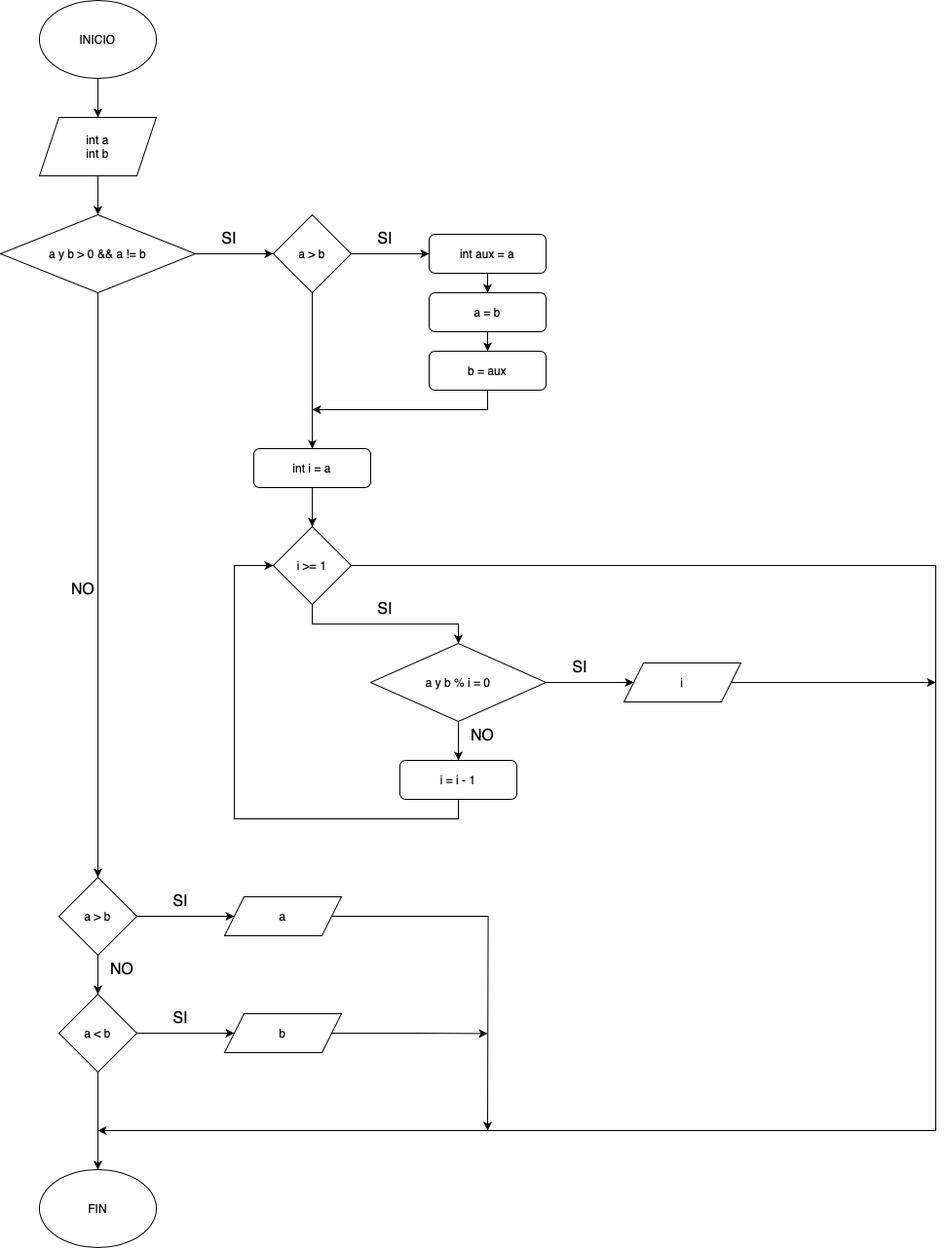
Above: P2:Exercise10.drawio.png in 14no/T2-DiagramasDeFluj (draw.io), before the change. Source tidied: cells renumbered, new cells last; positions are measured from the earlier drawing's top-left corner, leaving out a move shared by most shapes. Its diagram source:
```xml
<mxGraphModel>
  <root>
    <mxCell id="0" />
    <mxCell id="1" parent="0" />
    <mxCell id="2" style="edgeStyle=orthogonalEdgeStyle;rounded=0;jettySize=auto;html=1;" parent="1" edge="1" source="3" target="5">
      <mxGeometry relative="1" as="geometry" />
    </mxCell>
    <mxCell id="3" value="INICIO" style="ellipse;whiteSpace=wrap;html=1;" parent="1" vertex="1">
      <mxGeometry x="40" width="120" height="80" as="geometry" />
    </mxCell>
    <mxCell id="4" style="edgeStyle=orthogonalEdgeStyle;rounded=0;jettySize=auto;html=1;" parent="1" edge="1" source="5" target="8">
      <mxGeometry relative="1" as="geometry" />
    </mxCell>
    <mxCell id="5" value="int a&lt;div&gt;int b&lt;/div&gt;" style="shape=parallelogram;perimeter=parallelogramPerimeter;whiteSpace=wrap;html=1;fixedSize=1;" parent="1" vertex="1">
      <mxGeometry x="40" y="120" width="120" height="60" as="geometry" />
    </mxCell>
    <mxCell id="6" style="edgeStyle=orthogonalEdgeStyle;rounded=0;jettySize=auto;html=1;" parent="1" edge="1" source="8" target="11">
      <mxGeometry relative="1" as="geometry" />
    </mxCell>
    <mxCell id="7" style="edgeStyle=orthogonalEdgeStyle;rounded=0;jettySize=auto;html=1;exitX=0.5;exitY=1;exitDx=0;exitDy=0;entryX=0.5;entryY=0;entryDx=0;entryDy=0;" parent="1" edge="1" source="8" target="25">
      <mxGeometry relative="1" as="geometry" />
    </mxCell>
    <mxCell id="8" value="a y b &amp;gt; 0 &amp;amp;&amp;amp; a != b" style="rhombus;whiteSpace=wrap;html=1;" parent="1" vertex="1">
      <mxGeometry y="220" width="200" height="80" as="geometry" />
    </mxCell>
    <mxCell id="9" style="edgeStyle=orthogonalEdgeStyle;rounded=0;jettySize=auto;html=1;" parent="1" edge="1" source="11" target="13">
      <mxGeometry relative="1" as="geometry" />
    </mxCell>
    <mxCell id="10" style="edgeStyle=orthogonalEdgeStyle;rounded=0;jettySize=auto;html=1;exitX=0.5;exitY=1;exitDx=0;exitDy=0;" parent="1" edge="1" source="11" target="19">
      <mxGeometry relative="1" as="geometry" />
    </mxCell>
    <mxCell id="11" value="a &amp;gt; b" style="rhombus;whiteSpace=wrap;html=1;" parent="1" vertex="1">
      <mxGeometry x="280" y="220" width="80" height="80" as="geometry" />
    </mxCell>
    <mxCell id="12" style="edgeStyle=orthogonalEdgeStyle;rounded=0;jettySize=auto;html=1;exitX=0.5;exitY=1;exitDx=0;exitDy=0;entryX=0.5;entryY=0;entryDx=0;entryDy=0;" parent="1" edge="1" source="13" target="15">
      <mxGeometry relative="1" as="geometry" />
    </mxCell>
    <mxCell id="13" value="int aux = a" style="rounded=1;whiteSpace=wrap;html=1;" parent="1" vertex="1">
      <mxGeometry x="440" y="240" width="120" height="40" as="geometry" />
    </mxCell>
    <mxCell id="14" style="edgeStyle=orthogonalEdgeStyle;rounded=0;jettySize=auto;html=1;exitX=0.5;exitY=1;exitDx=0;exitDy=0;entryX=0.5;entryY=0;entryDx=0;entryDy=0;" parent="1" edge="1" source="15" target="17">
      <mxGeometry relative="1" as="geometry" />
    </mxCell>
    <mxCell id="15" value="a = b" style="rounded=1;whiteSpace=wrap;html=1;" parent="1" vertex="1">
      <mxGeometry x="440" y="300" width="120" height="40" as="geometry" />
    </mxCell>
    <mxCell id="16" style="edgeStyle=orthogonalEdgeStyle;rounded=0;jettySize=auto;html=1;exitX=0.5;exitY=1;exitDx=0;exitDy=0;" parent="1" edge="1" source="17">
      <mxGeometry relative="1" as="geometry">
        <mxPoint x="320" y="420" as="targetPoint" />
        <Array as="points">
          <mxPoint x="500" y="420" />
        </Array>
      </mxGeometry>
    </mxCell>
    <mxCell id="17" value="b = aux" style="rounded=1;whiteSpace=wrap;html=1;" parent="1" vertex="1">
      <mxGeometry x="440" y="360" width="120" height="40" as="geometry" />
    </mxCell>
    <mxCell id="18" style="edgeStyle=orthogonalEdgeStyle;rounded=0;jettySize=auto;html=1;" parent="1" edge="1" source="19" target="22">
      <mxGeometry relative="1" as="geometry" />
    </mxCell>
    <mxCell id="19" value="int i = a" style="rounded=1;whiteSpace=wrap;html=1;" parent="1" vertex="1">
      <mxGeometry x="260" y="460" width="120" height="40" as="geometry" />
    </mxCell>
    <mxCell id="20" style="edgeStyle=orthogonalEdgeStyle;rounded=0;jettySize=auto;html=1;exitX=0.5;exitY=1;exitDx=0;exitDy=0;entryX=0.5;entryY=0;entryDx=0;entryDy=0;" parent="1" edge="1" source="22" target="31">
      <mxGeometry relative="1" as="geometry" />
    </mxCell>
    <mxCell id="21" style="edgeStyle=orthogonalEdgeStyle;rounded=0;jettySize=auto;html=1;exitX=1;exitY=0.5;exitDx=0;exitDy=0;" parent="1" edge="1" source="22">
      <mxGeometry relative="1" as="geometry">
        <mxPoint x="100" y="1160" as="targetPoint" />
        <Array as="points">
          <mxPoint x="960" y="580" />
          <mxPoint x="960" y="1160" />
        </Array>
      </mxGeometry>
    </mxCell>
    <mxCell id="22" value="i &amp;gt;= 1" style="rhombus;whiteSpace=wrap;html=1;" parent="1" vertex="1">
      <mxGeometry x="280" y="540" width="80" height="80" as="geometry" />
    </mxCell>
    <mxCell id="23" style="edgeStyle=orthogonalEdgeStyle;rounded=0;jettySize=auto;html=1;exitX=1;exitY=0.5;exitDx=0;exitDy=0;" parent="1" edge="1" source="25" target="40">
      <mxGeometry relative="1" as="geometry" />
    </mxCell>
    <mxCell id="24" style="edgeStyle=orthogonalEdgeStyle;rounded=0;jettySize=auto;html=1;" parent="1" edge="1" source="25" target="43">
      <mxGeometry relative="1" as="geometry" />
    </mxCell>
    <mxCell id="25" value="a &amp;gt; b" style="rhombus;whiteSpace=wrap;html=1;" parent="1" vertex="1">
      <mxGeometry x="60" y="900" width="80" height="80" as="geometry" />
    </mxCell>
    <mxCell id="26" value="SI" style="text;html=1;align=center;verticalAlign=middle;whiteSpace=wrap;rounded=0;fontSize=16;" parent="1" vertex="1">
      <mxGeometry x="220" y="230" width="30" height="30" as="geometry" />
    </mxCell>
    <mxCell id="27" value="SI" style="text;html=1;align=center;verticalAlign=middle;whiteSpace=wrap;rounded=0;fontSize=16;" parent="1" vertex="1">
      <mxGeometry x="380" y="230" width="30" height="30" as="geometry" />
    </mxCell>
    <mxCell id="28" value="NO" style="text;html=1;align=center;verticalAlign=middle;whiteSpace=wrap;rounded=0;fontSize=16;" parent="1" vertex="1">
      <mxGeometry x="70" y="590" width="30" height="30" as="geometry" />
    </mxCell>
    <mxCell id="29" style="edgeStyle=orthogonalEdgeStyle;rounded=0;jettySize=auto;html=1;" parent="1" edge="1" source="31" target="34">
      <mxGeometry relative="1" as="geometry" />
    </mxCell>
    <mxCell id="30" style="edgeStyle=orthogonalEdgeStyle;rounded=0;jettySize=auto;html=1;exitX=0.5;exitY=1;exitDx=0;exitDy=0;entryX=0.5;entryY=0;entryDx=0;entryDy=0;" parent="1" edge="1" source="31" target="36">
      <mxGeometry relative="1" as="geometry" />
    </mxCell>
    <mxCell id="31" value="a y b % i = 0" style="rhombus;whiteSpace=wrap;html=1;" parent="1" vertex="1">
      <mxGeometry x="380" y="660" width="180" height="80" as="geometry" />
    </mxCell>
    <mxCell id="32" value="SI" style="text;html=1;align=center;verticalAlign=middle;whiteSpace=wrap;rounded=0;fontSize=16;" parent="1" vertex="1">
      <mxGeometry x="380" y="610" width="30" height="30" as="geometry" />
    </mxCell>
    <mxCell id="33" style="edgeStyle=orthogonalEdgeStyle;rounded=0;jettySize=auto;html=1;exitX=1;exitY=0.5;exitDx=0;exitDy=0;" parent="1" edge="1" source="34">
      <mxGeometry relative="1" as="geometry">
        <mxPoint x="960" y="700" as="targetPoint" />
      </mxGeometry>
    </mxCell>
    <mxCell id="34" value="i" style="shape=parallelogram;perimeter=parallelogramPerimeter;whiteSpace=wrap;html=1;fixedSize=1;" parent="1" vertex="1">
      <mxGeometry x="640" y="680" width="120" height="40" as="geometry" />
    </mxCell>
    <mxCell id="35" style="edgeStyle=orthogonalEdgeStyle;rounded=0;jettySize=auto;html=1;exitX=0.5;exitY=1;exitDx=0;exitDy=0;entryX=0;entryY=0.5;entryDx=0;entryDy=0;" parent="1" edge="1" source="36" target="22">
      <mxGeometry relative="1" as="geometry">
        <Array as="points">
          <mxPoint x="470" y="840" />
          <mxPoint x="240" y="840" />
          <mxPoint x="240" y="580" />
        </Array>
      </mxGeometry>
    </mxCell>
    <mxCell id="36" value="i = i - 1" style="rounded=1;whiteSpace=wrap;html=1;" parent="1" vertex="1">
      <mxGeometry x="410" y="780" width="120" height="40" as="geometry" />
    </mxCell>
    <mxCell id="37" value="SI" style="text;html=1;align=center;verticalAlign=middle;whiteSpace=wrap;rounded=0;fontSize=16;" parent="1" vertex="1">
      <mxGeometry x="580" y="670" width="30" height="30" as="geometry" />
    </mxCell>
    <mxCell id="38" value="NO" style="text;html=1;align=center;verticalAlign=middle;whiteSpace=wrap;rounded=0;fontSize=16;" parent="1" vertex="1">
      <mxGeometry x="480" y="740" width="30" height="30" as="geometry" />
    </mxCell>
    <mxCell id="39" style="edgeStyle=orthogonalEdgeStyle;rounded=0;jettySize=auto;html=1;exitX=1;exitY=0.5;exitDx=0;exitDy=0;" parent="1" edge="1" source="40">
      <mxGeometry relative="1" as="geometry">
        <mxPoint x="500" y="1160" as="targetPoint" />
      </mxGeometry>
    </mxCell>
    <mxCell id="40" value="a" style="shape=parallelogram;perimeter=parallelogramPerimeter;whiteSpace=wrap;html=1;fixedSize=1;" parent="1" vertex="1">
      <mxGeometry x="230" y="920" width="120" height="40" as="geometry" />
    </mxCell>
    <mxCell id="41" style="edgeStyle=orthogonalEdgeStyle;rounded=0;jettySize=auto;html=1;" parent="1" edge="1" source="43" target="45">
      <mxGeometry relative="1" as="geometry" />
    </mxCell>
    <mxCell id="42" style="edgeStyle=orthogonalEdgeStyle;rounded=0;jettySize=auto;html=1;" parent="1" edge="1" source="43" target="46">
      <mxGeometry relative="1" as="geometry" />
    </mxCell>
    <mxCell id="43" value="a &amp;lt; b" style="rhombus;whiteSpace=wrap;html=1;" parent="1" vertex="1">
      <mxGeometry x="60" y="1020" width="80" height="80" as="geometry" />
    </mxCell>
    <mxCell id="44" style="edgeStyle=orthogonalEdgeStyle;rounded=0;jettySize=auto;html=1;exitX=1;exitY=0.5;exitDx=0;exitDy=0;" parent="1" edge="1" source="45">
      <mxGeometry relative="1" as="geometry">
        <mxPoint x="500" y="1060.4" as="targetPoint" />
      </mxGeometry>
    </mxCell>
    <mxCell id="45" value="b" style="shape=parallelogram;perimeter=parallelogramPerimeter;whiteSpace=wrap;html=1;fixedSize=1;" parent="1" vertex="1">
      <mxGeometry x="230" y="1040" width="120" height="40" as="geometry" />
    </mxCell>
    <mxCell id="46" value="FIN" style="ellipse;whiteSpace=wrap;html=1;" parent="1" vertex="1">
      <mxGeometry x="40" y="1200" width="120" height="80" as="geometry" />
    </mxCell>
    <mxCell id="47" value="NO" style="text;html=1;align=center;verticalAlign=middle;whiteSpace=wrap;rounded=0;fontSize=16;" parent="1" vertex="1">
      <mxGeometry x="110" y="980" width="30" height="30" as="geometry" />
    </mxCell>
    <mxCell id="48" value="SI" style="text;html=1;align=center;verticalAlign=middle;whiteSpace=wrap;rounded=0;fontSize=16;" parent="1" vertex="1">
      <mxGeometry x="170" y="910" width="30" height="30" as="geometry" />
    </mxCell>
    <mxCell id="49" value="SI" style="text;html=1;align=center;verticalAlign=middle;whiteSpace=wrap;rounded=0;fontSize=16;" parent="1" vertex="1">
      <mxGeometry x="170" y="1030" width="30" height="30" as="geometry" />
    </mxCell>
  </root>
</mxGraphModel>
```
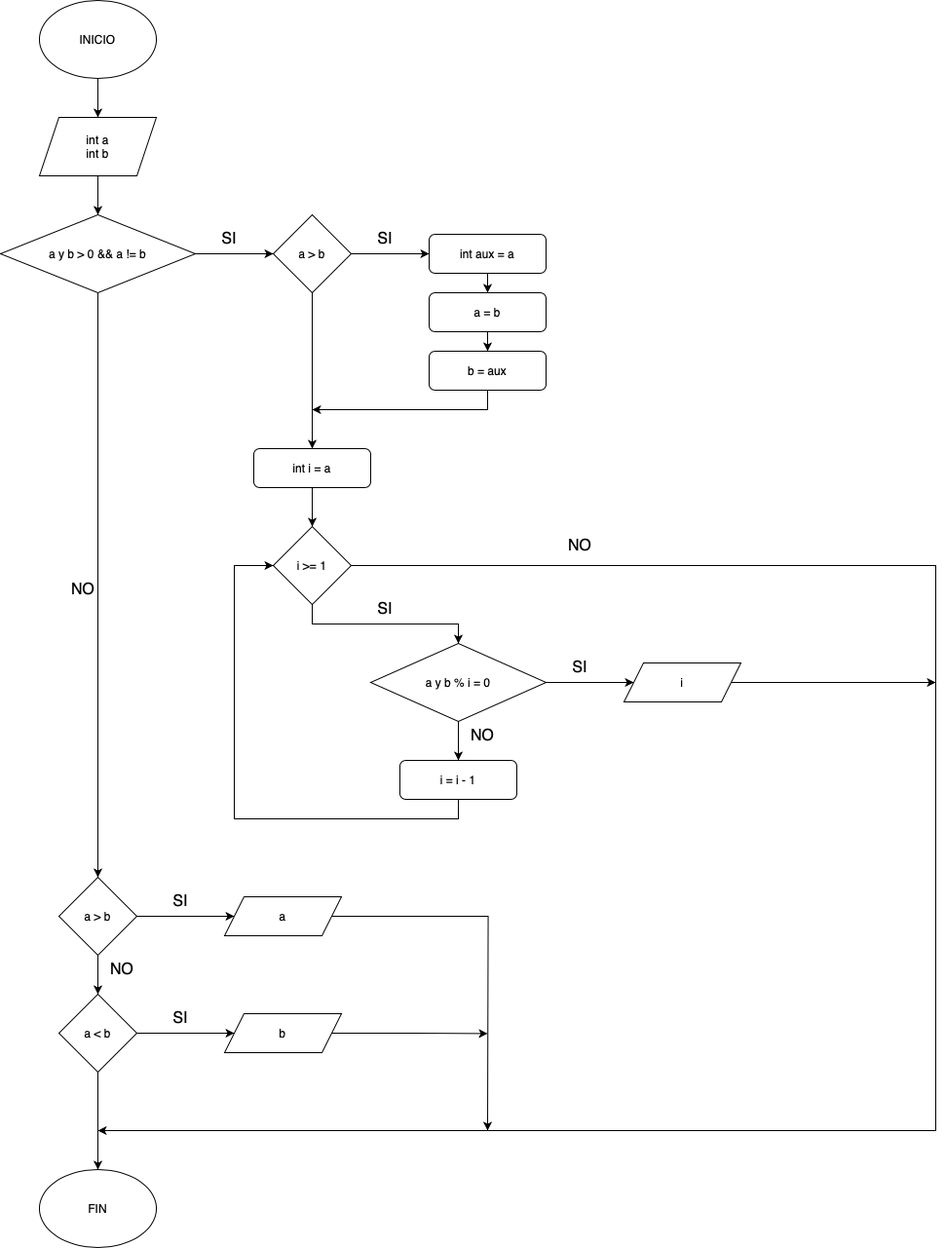
The same diagram one commit later.

The edit, as a diff of the source:
```diff
@@ -169,5 +169,8 @@
     <mxCell id="49" value="SI" style="text;html=1;align=center;verticalAlign=middle;whiteSpace=wrap;rounded=0;fontSize=16;" parent="1" vertex="1">
       <mxGeometry x="170" y="1030" width="30" height="30" as="geometry" />
     </mxCell>
+    <mxCell id="50" value="NO" style="text;html=1;align=center;verticalAlign=middle;whiteSpace=wrap;rounded=0;fontSize=16;" parent="1" vertex="1">
+      <mxGeometry x="580" y="545" width="30" height="30" as="geometry" />
+    </mxCell>
   </root>
 </mxGraphModel>
```
